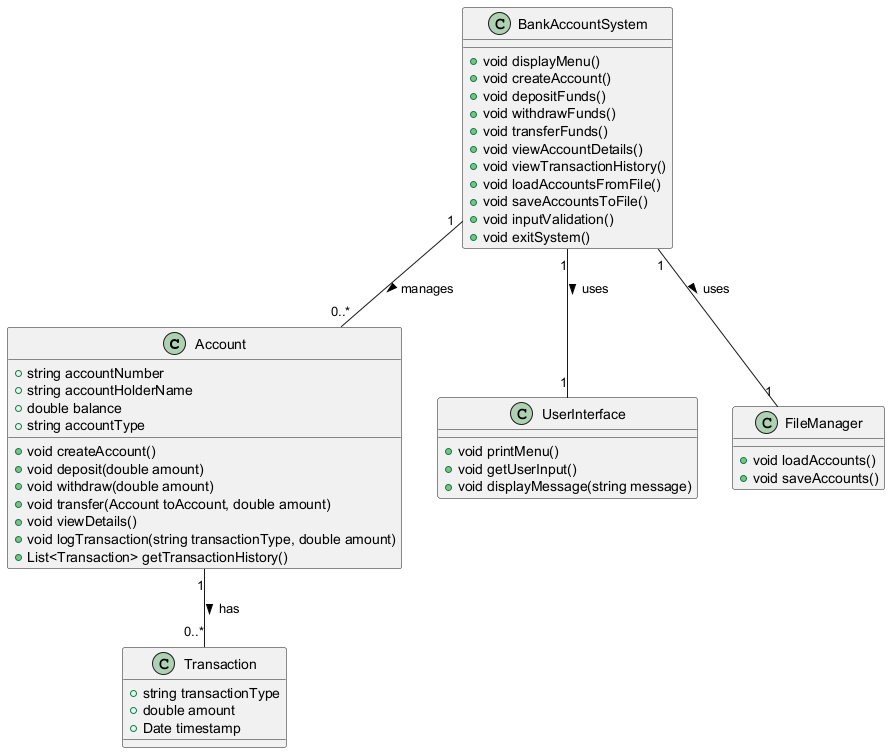
Before: bankSystem.png, a diagram exported from PlantUML (AlexCabreraD/Bank-Account-System).
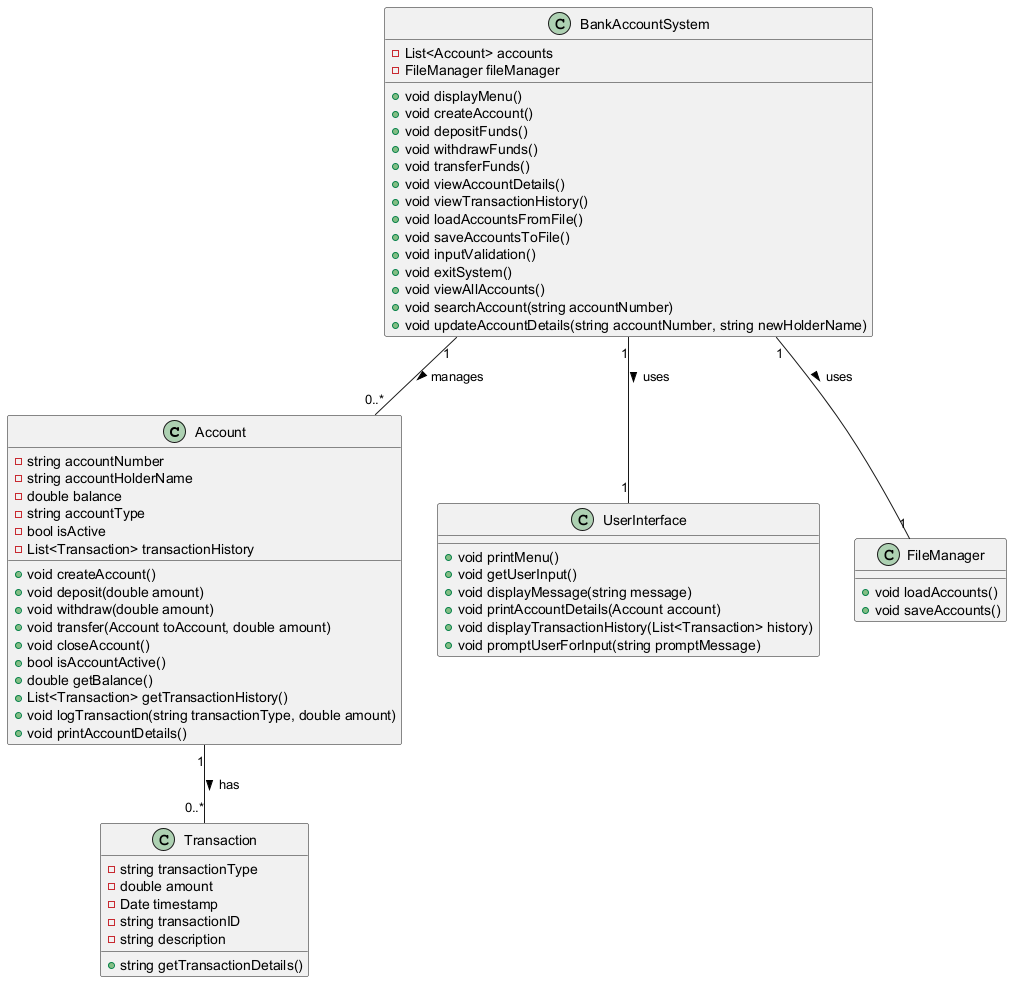
The same file after the commit.

Change to the diagram source:
```diff
@@ -1,26 +1,36 @@
 @startuml
 
 class Account {
-    +string accountNumber
-    +string accountHolderName
-    +double balance
-    +string accountType
+    -string accountNumber
+    -string accountHolderName
+    -double balance
+    -string accountType
+    -bool isActive
+    -List<Transaction> transactionHistory
     +void createAccount()
     +void deposit(double amount)
     +void withdraw(double amount)
     +void transfer(Account toAccount, double amount)
-    +void viewDetails()
+    +void closeAccount()
+    +bool isAccountActive()
+    +double getBalance()
+    +List<Transaction> getTransactionHistory()
     +void logTransaction(string transactionType, double amount)
-    +List<Transaction> getTransactionHistory()
+    +void printAccountDetails()
 }
 
 class Transaction {
-    +string transactionType
-    +double amount
-    +Date timestamp
+    -string transactionType
+    -double amount
+    -Date timestamp
+    -string transactionID
+    -string description
+    +string getTransactionDetails()
 }
 
 class BankAccountSystem {
+    -List<Account> accounts
+    -FileManager fileManager
     +void displayMenu()
     +void createAccount()
     +void depositFunds()
@@ -32,12 +42,18 @@
     +void saveAccountsToFile()
     +void inputValidation()
     +void exitSystem()
+    +void viewAllAccounts()
+    +void searchAccount(string accountNumber)
+    +void updateAccountDetails(string accountNumber, string newHolderName)
 }
 
 class UserInterface {
     +void printMenu()
     +void getUserInput()
     +void displayMessage(string message)
+    +void printAccountDetails(Account account)
+    +void displayTransactionHistory(List<Transaction> history)
+    +void promptUserForInput(string promptMessage)
 }
 
 class FileManager {
```
